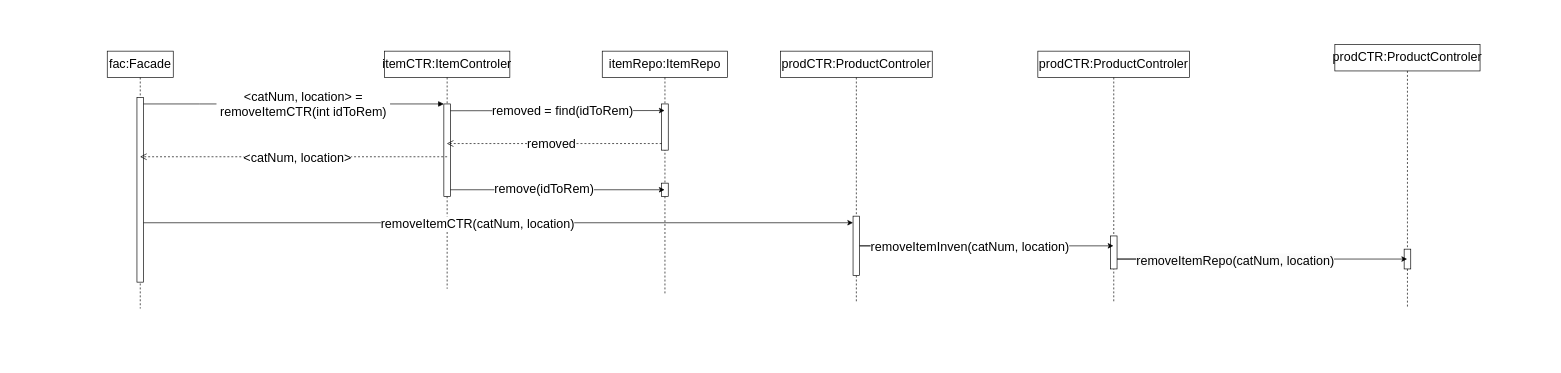
Before: docs/SellItemSeqDiagram.drawio in NatallieMirelashvili/ADSS_Group_E, a draw.io diagram. Source tidied: cells renumbered, new cells numbered last; positions are measured from the earlier drawing's top-left corner, leaving out a move shared by most shapes. Both pictures are drawn from the tidied source at 66%, with x=0, y=0 at pixel (107, 44).
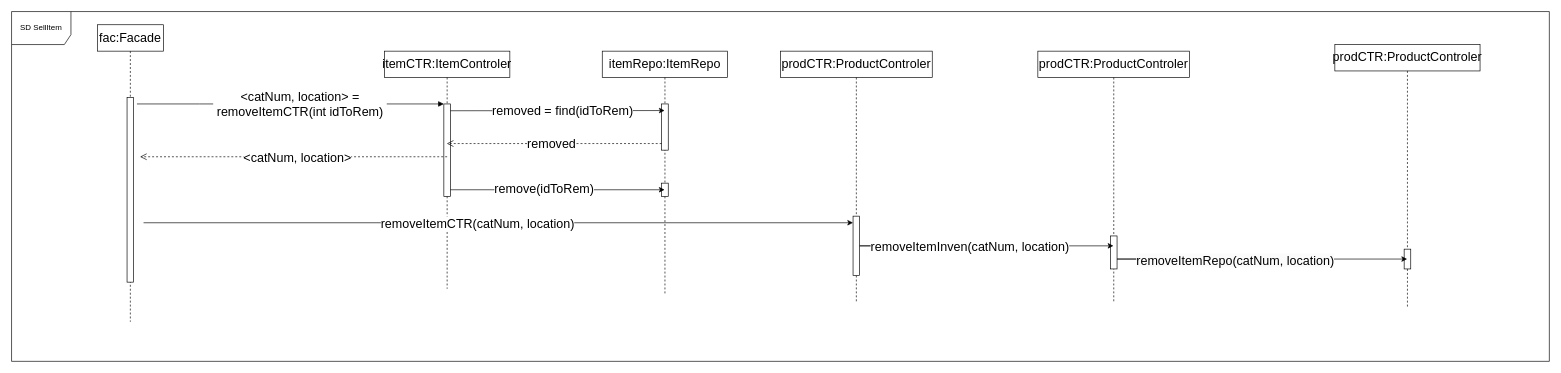
Above is the later version.

Unchanged cells that the change refers to:
```xml
<mxCell id="5" style="html=1;points=[];perimeter=orthogonalPerimeter;outlineConnect=0;targetShapes=umlLifeline;portConstraint=eastwest;newEdgeStyle={&quot;edgeStyle&quot;:&quot;elbowEdgeStyle&quot;,&quot;elbow&quot;:&quot;vertical&quot;,&quot;curved&quot;:0,&quot;rounded&quot;:0};fontSize=19;" parent="4" vertex="1">
  <mxGeometry x="90" y="80" width="10" height="140" as="geometry" />
</mxCell>
```

What changed in the source:
```diff
@@
-    <mxCell id="2" value="fac:Facade" style="shape=umlLifeline;perimeter=lifelinePerimeter;whiteSpace=wrap;html=1;newEdgeStyle={&quot;edgeStyle&quot;:&quot;elbowEdgeStyle&quot;,&quot;elbow&quot;:&quot;vertical&quot;,&quot;curved&quot;:0,&quot;rounded&quot;:0};fontSize=19;" parent="1" vertex="1">
-      <mxGeometry y="10" width="100" height="390" as="geometry" />
-    </mxCell>
-    <mxCell id="3" style="html=1;points=[];perimeter=orthogonalPerimeter;outlineConnect=0;targetShapes=umlLifeline;portConstraint=eastwest;newEdgeStyle={&quot;edgeStyle&quot;:&quot;elbowEdgeStyle&quot;,&quot;elbow&quot;:&quot;vertical&quot;,&quot;curved&quot;:0,&quot;rounded&quot;:0};fontSize=19;" parent="2" vertex="1">
-      <mxGeometry x="45" y="70" width="10" height="280" as="geometry" />
-    </mxCell>
@@
-    <mxCell id="6" style="html=1;verticalAlign=bottom;endArrow=block;edgeStyle=elbowEdgeStyle;elbow=vertical;curved=0;rounded=0;fontSize=19;" parent="1" edge="1" source="3" target="5">
+    <mxCell id="6" style="html=1;verticalAlign=bottom;endArrow=block;edgeStyle=elbowEdgeStyle;elbow=vertical;curved=0;rounded=0;fontSize=19;" parent="1" edge="1" target="5">
       <mxGeometry relative="1" as="geometry">
+        <mxPoint x="45" y="90" as="sourcePoint" />
         <Array as="points">
           <mxPoint x="140" y="90" />
         </Array>
       </mxGeometry>
     </mxCell>
@@
+    <mxCell id="2" value="fac:Facade" style="shape=umlLifeline;perimeter=lifelinePerimeter;whiteSpace=wrap;html=1;newEdgeStyle={&quot;edgeStyle&quot;:&quot;elbowEdgeStyle&quot;,&quot;elbow&quot;:&quot;vertical&quot;,&quot;curved&quot;:0,&quot;rounded&quot;:0};fontSize=19;" parent="1" vertex="1">
+      <mxGeometry x="-15" y="-30" width="100" height="450" as="geometry" />
+    </mxCell>
+    <mxCell id="31" style="html=1;perimeter=orthogonalPerimeter;targetShapes=umlLifeline;newEdgeStyle={&quot;edgeStyle&quot;:&quot;elbowEdgeStyle&quot;,&quot;elbow&quot;:&quot;vertical&quot;,&quot;curved&quot;:0,&quot;rounded&quot;:0};fontSize=19;" parent="2" vertex="1">
+      <mxGeometry x="45" y="110" width="10" height="280" as="geometry" />
+    </mxCell>
+    <mxCell id="32" value="SD SellItem" style="shape=umlFrame;whiteSpace=wrap;html=1;width=90;height=50;" parent="1" vertex="1">
+      <mxGeometry x="-145" y="-50" width="2330" height="530" as="geometry" />
+    </mxCell>
```
